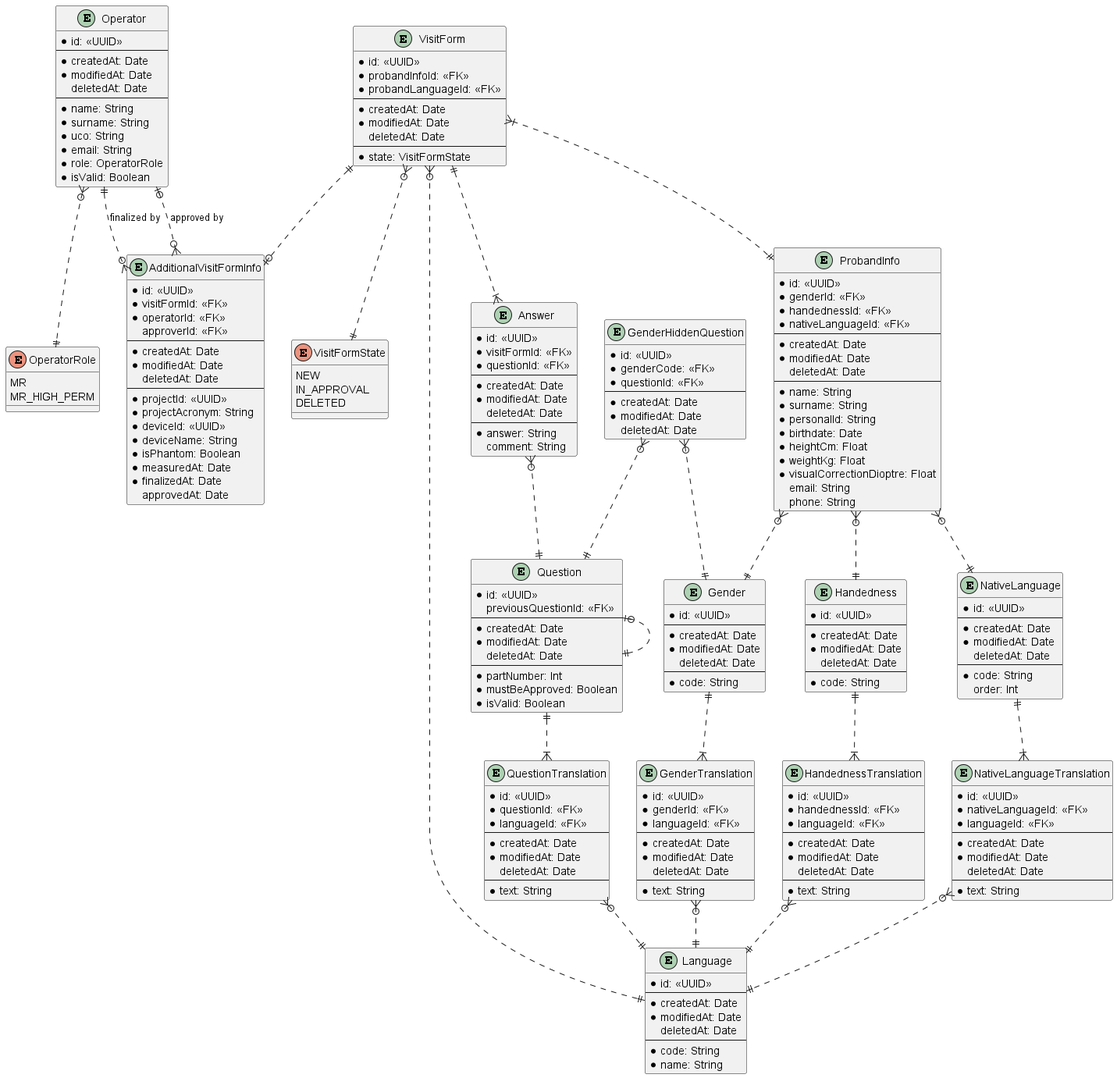
Before: docs/ERD.png, a diagram exported from PlantUML (lukas-kratochvil/mafil-proband-safety-questionnaire).
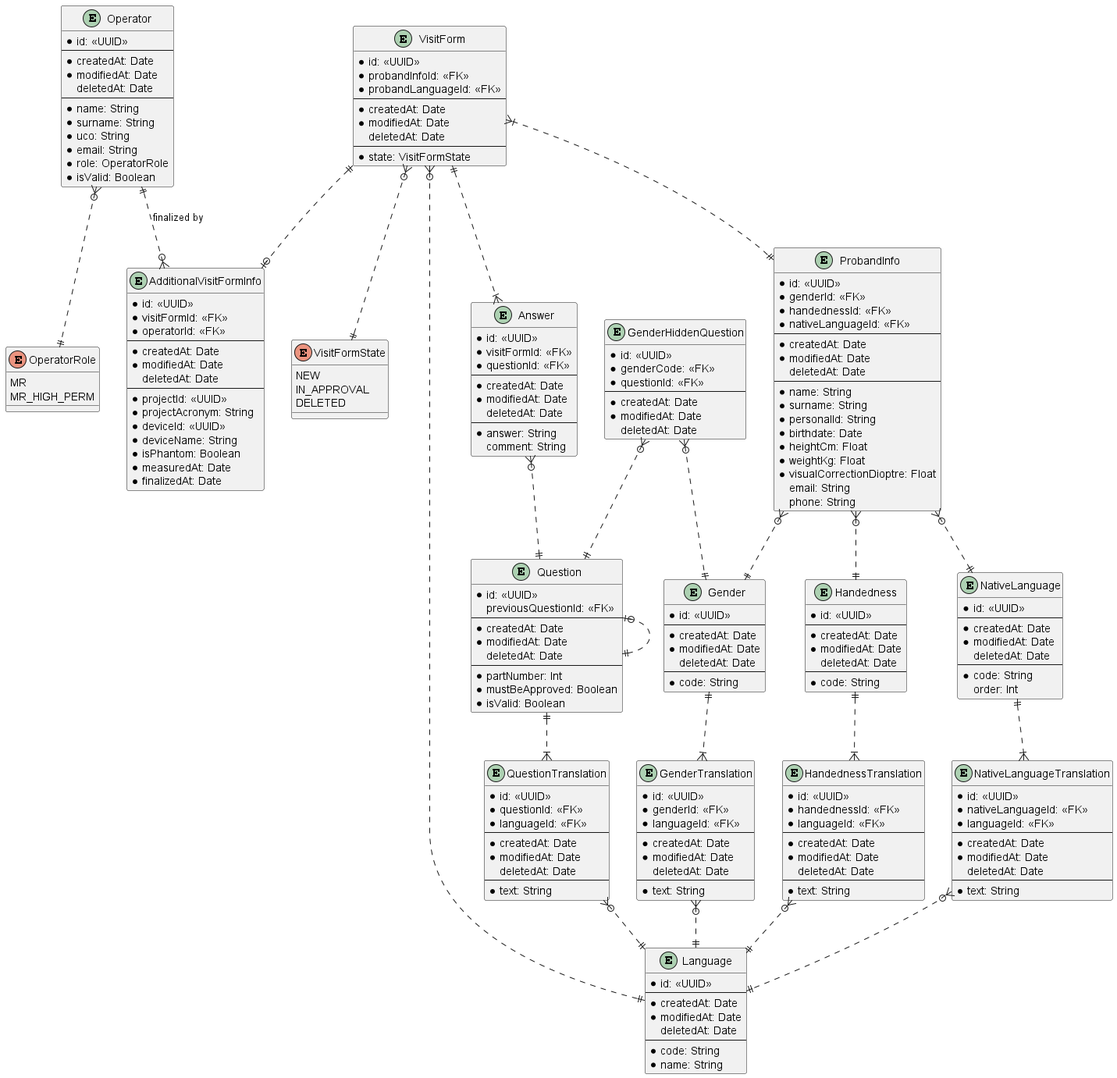
The same diagram one commit later.

Commit message:
fix: Prisma schema - removed approval info from the AdditionalVisitFormInfo entity

What changed in the source:
```diff
@@ -42,7 +42,6 @@
   * id: <<UUID>>
   * visitFormId: <<FK>>
   * operatorId: <<FK>>
-  approverId: <<FK>>
   ---
   * createdAt: Date
   * modifiedAt: Date
@@ -55,7 +54,6 @@
   * isPhantom: Boolean
   * measuredAt: Date
   * finalizedAt: Date
-  approvedAt: Date
 }
 
 entity ProbandInfo {
@@ -207,7 +205,6 @@
 
 Operator }o..|| OperatorRole
 Operator ||..o{ AdditionalVisitFormInfo : finalized by
-Operator |o..o{ AdditionalVisitFormInfo : approved by
 VisitForm }o..|| VisitFormState
 VisitForm ||..o| AdditionalVisitFormInfo
 VisitForm }|..|| ProbandInfo
```
